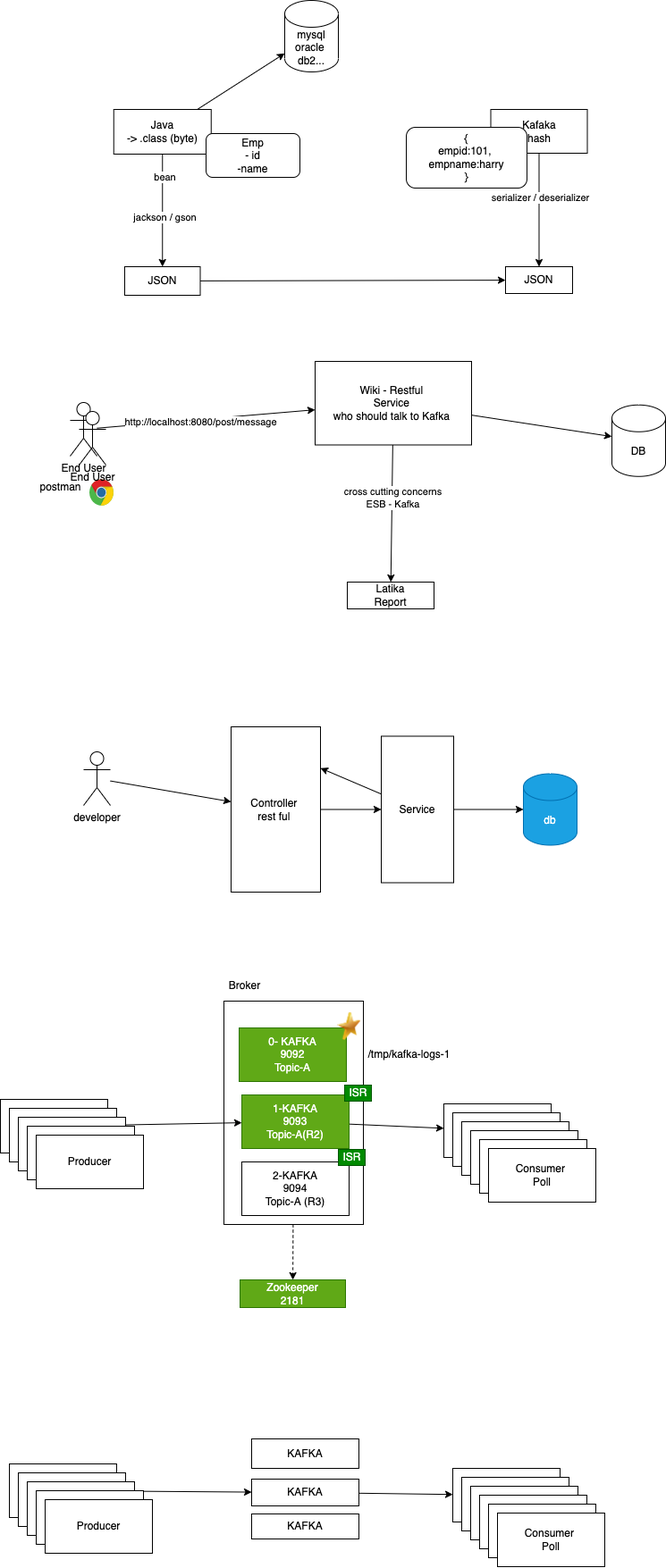
Earlier version of the draw.io export images/day3.drawio.png (adithnaveen/ibm-kafka-dec-2022). Source tidied: cells renumbered, new cells last; positions are measured from the earlier drawing's top-left corner, leaving out a move shared by most shapes. Source of this version:
```xml
<mxGraphModel>
  <root>
    <mxCell id="0" />
    <mxCell id="1" parent="0" />
    <mxCell id="2" style="edgeStyle=none;html=1;dashed=1;" parent="1" edge="1" source="3" target="52">
      <mxGeometry relative="1" as="geometry" />
    </mxCell>
    <mxCell id="3" style="rounded=0;whiteSpace=wrap;html=1;" parent="1" vertex="1">
      <mxGeometry x="250" y="1120" width="156" height="250" as="geometry" />
    </mxCell>
    <mxCell id="4" style="edgeStyle=none;html=1;" parent="1" edge="1" source="8" target="13">
      <mxGeometry relative="1" as="geometry" />
    </mxCell>
    <mxCell id="5" value="bean" style="edgeLabel;html=1;align=center;verticalAlign=middle;" parent="4" vertex="1">
      <mxGeometry x="-0.08" y="1" relative="1" as="geometry">
        <mxPoint x="1" y="-32" as="offset" />
      </mxGeometry>
    </mxCell>
    <mxCell id="6" value="jackson / gson" style="edgeLabel;html=1;align=center;verticalAlign=middle;" parent="4" vertex="1">
      <mxGeometry x="0.12" y="2" relative="1" as="geometry" />
    </mxCell>
    <mxCell id="7" style="edgeStyle=none;html=1;" parent="1" edge="1" source="8" target="17">
      <mxGeometry relative="1" as="geometry" />
    </mxCell>
    <mxCell id="8" value="Java&lt;br&gt;-&amp;gt; .class (byte)" style="rounded=0;whiteSpace=wrap;html=1;" parent="1" vertex="1">
      <mxGeometry x="126.8" y="122" width="109" height="50" as="geometry" />
    </mxCell>
    <mxCell id="9" style="edgeStyle=none;html=1;entryX=0.5;entryY=0;entryDx=0;entryDy=0;" parent="1" edge="1" source="11" target="14">
      <mxGeometry relative="1" as="geometry" />
    </mxCell>
    <mxCell id="10" value="serializer / deserializer" style="edgeLabel;html=1;align=center;verticalAlign=middle;" parent="9" vertex="1">
      <mxGeometry x="-0.21" y="1" relative="1" as="geometry" />
    </mxCell>
    <mxCell id="11" value="Kafaka&lt;br&gt;hash" style="rounded=0;whiteSpace=wrap;html=1;" parent="1" vertex="1">
      <mxGeometry x="548.5" y="122" width="108" height="49" as="geometry" />
    </mxCell>
    <mxCell id="12" style="edgeStyle=none;html=1;" parent="1" edge="1" source="13" target="14">
      <mxGeometry relative="1" as="geometry" />
    </mxCell>
    <mxCell id="13" value="JSON" style="rounded=0;whiteSpace=wrap;html=1;" parent="1" vertex="1">
      <mxGeometry x="139" y="298" width="84.5" height="32" as="geometry" />
    </mxCell>
    <mxCell id="14" value="JSON" style="rounded=0;whiteSpace=wrap;html=1;" parent="1" vertex="1">
      <mxGeometry x="565" y="298" width="75" height="30" as="geometry" />
    </mxCell>
    <mxCell id="15" value="Emp&lt;br&gt;- id&lt;br&gt;-name" style="rounded=1;whiteSpace=wrap;html=1;" parent="1" vertex="1">
      <mxGeometry x="230" y="149" width="105" height="49" as="geometry" />
    </mxCell>
    <mxCell id="16" value="{&lt;br&gt;empid:101,&amp;nbsp;&lt;br&gt;empname:harry&lt;br&gt;}" style="rounded=1;whiteSpace=wrap;html=1;" parent="1" vertex="1">
      <mxGeometry x="454" y="142" width="135" height="68" as="geometry" />
    </mxCell>
    <mxCell id="17" value="mysql&lt;br&gt;oracle&amp;nbsp;&lt;br&gt;db2..." style="shape=cylinder3;whiteSpace=wrap;html=1;boundedLbl=1;backgroundOutline=1;size=15;" parent="1" vertex="1">
      <mxGeometry x="318" width="60" height="80" as="geometry" />
    </mxCell>
    <mxCell id="18" style="edgeStyle=none;html=1;" parent="1" edge="1" source="20" target="26">
      <mxGeometry relative="1" as="geometry" />
    </mxCell>
    <mxCell id="19" value="http://localhost:8080/post/message" style="edgeLabel;html=1;align=center;verticalAlign=middle;" parent="18" vertex="1">
      <mxGeometry x="-0.33" y="-2" relative="1" as="geometry">
        <mxPoint x="34" y="-2" as="offset" />
      </mxGeometry>
    </mxCell>
    <mxCell id="20" value="End User" style="shape=umlActor;verticalLabelPosition=bottom;verticalAlign=top;html=1;outlineConnect=0;" parent="1" vertex="1">
      <mxGeometry x="78" y="450" width="30" height="60" as="geometry" />
    </mxCell>
    <mxCell id="21" style="dashed=0;html=1;align=center;labelPosition=center;verticalLabelPosition=bottom;verticalAlign=top;shape=mxgraph.weblogos.chrome;" parent="1" vertex="1">
      <mxGeometry x="99.5" y="536" width="27.2" height="30" as="geometry" />
    </mxCell>
    <mxCell id="22" value="postman" style="text;html=1;align=center;verticalAlign=middle;strokeColor=none;fillColor=none;" parent="1" vertex="1">
      <mxGeometry x="39" y="536" width="56" height="18" as="geometry" />
    </mxCell>
    <mxCell id="23" style="edgeStyle=none;html=1;" parent="1" edge="1" source="26" target="29">
      <mxGeometry relative="1" as="geometry" />
    </mxCell>
    <mxCell id="24" value="cross cutting concerns&lt;br&gt;ESB - Kafka" style="edgeLabel;html=1;align=center;verticalAlign=middle;" parent="23" vertex="1">
      <mxGeometry x="-0.24" y="1" relative="1" as="geometry" />
    </mxCell>
    <mxCell id="25" style="edgeStyle=none;html=1;" parent="1" edge="1" source="26" target="28">
      <mxGeometry relative="1" as="geometry" />
    </mxCell>
    <mxCell id="26" value="Wiki - Restful&amp;nbsp;&lt;br&gt;Service&amp;nbsp;&lt;br&gt;who should talk to Kafka&amp;nbsp;" style="rounded=0;whiteSpace=wrap;html=1;" parent="1" vertex="1">
      <mxGeometry x="352" y="404" width="175" height="93.5" as="geometry" />
    </mxCell>
    <mxCell id="27" value="End User" style="shape=umlActor;verticalLabelPosition=bottom;verticalAlign=top;html=1;" parent="1" vertex="1">
      <mxGeometry x="88" y="460" width="30" height="60" as="geometry" />
    </mxCell>
    <mxCell id="28" value="DB" style="shape=cylinder3;whiteSpace=wrap;html=1;boundedLbl=1;backgroundOutline=1;size=15;" parent="1" vertex="1">
      <mxGeometry x="684" y="452.8" width="60" height="80" as="geometry" />
    </mxCell>
    <mxCell id="29" value="Latika&lt;br&gt;Report" style="rounded=0;whiteSpace=wrap;html=1;" parent="1" vertex="1">
      <mxGeometry x="388" y="651" width="97" height="30" as="geometry" />
    </mxCell>
    <mxCell id="30" style="edgeStyle=none;html=1;" parent="1" edge="1" source="31" target="33">
      <mxGeometry relative="1" as="geometry" />
    </mxCell>
    <mxCell id="31" value="developer" style="shape=umlActor;verticalLabelPosition=bottom;verticalAlign=top;html=1;outlineConnect=0;" parent="1" vertex="1">
      <mxGeometry x="93" y="841" width="30" height="60" as="geometry" />
    </mxCell>
    <mxCell id="32" style="edgeStyle=none;html=1;" parent="1" edge="1" source="33" target="36">
      <mxGeometry relative="1" as="geometry" />
    </mxCell>
    <mxCell id="33" value="Controller&amp;nbsp;&lt;br&gt;rest ful&amp;nbsp;" style="rounded=0;whiteSpace=wrap;html=1;" parent="1" vertex="1">
      <mxGeometry x="258" y="813" width="100" height="185" as="geometry" />
    </mxCell>
    <mxCell id="34" style="edgeStyle=none;html=1;" parent="1" edge="1" source="36" target="37">
      <mxGeometry relative="1" as="geometry" />
    </mxCell>
    <mxCell id="35" style="edgeStyle=none;html=1;entryX=1;entryY=0.25;entryDx=0;entryDy=0;" parent="1" edge="1" source="36" target="33">
      <mxGeometry relative="1" as="geometry" />
    </mxCell>
    <mxCell id="36" value="Service" style="rounded=0;whiteSpace=wrap;html=1;" parent="1" vertex="1">
      <mxGeometry x="426" y="823.5" width="81" height="164" as="geometry" />
    </mxCell>
    <mxCell id="37" value="db" style="shape=cylinder3;whiteSpace=wrap;html=1;boundedLbl=1;backgroundOutline=1;size=15;fillColor=#1ba1e2;fontColor=#ffffff;strokeColor=#006EAF;" parent="1" vertex="1">
      <mxGeometry x="585" y="865.5" width="60" height="80" as="geometry" />
    </mxCell>
    <mxCell id="38" style="edgeStyle=none;html=1;" parent="1" edge="1" source="39" target="41">
      <mxGeometry relative="1" as="geometry" />
    </mxCell>
    <mxCell id="39" value="Producer" style="rounded=0;whiteSpace=wrap;html=1;" parent="1" vertex="1">
      <mxGeometry y="1230" width="120" height="60" as="geometry" />
    </mxCell>
    <mxCell id="40" style="edgeStyle=none;html=1;" parent="1" edge="1" source="41" target="42">
      <mxGeometry relative="1" as="geometry" />
    </mxCell>
    <mxCell id="41" value="1-KAFKA&lt;br&gt;9093&lt;br&gt;Topic-A(R2)" style="rounded=0;whiteSpace=wrap;html=1;fillColor=#60a917;fontColor=#ffffff;strokeColor=#2D7600;" parent="1" vertex="1">
      <mxGeometry x="270" y="1225" width="120" height="60" as="geometry" />
    </mxCell>
    <mxCell id="42" value="Consumer&amp;nbsp;&lt;br&gt;Poll" style="rounded=0;whiteSpace=wrap;html=1;" parent="1" vertex="1">
      <mxGeometry x="496" y="1235" width="120" height="60" as="geometry" />
    </mxCell>
    <mxCell id="43" value="Consumer&amp;nbsp;&lt;br&gt;Poll" style="rounded=0;whiteSpace=wrap;html=1;" parent="1" vertex="1">
      <mxGeometry x="506" y="1245" width="120" height="60" as="geometry" />
    </mxCell>
    <mxCell id="44" value="Consumer&amp;nbsp;&lt;br&gt;Poll" style="rounded=0;whiteSpace=wrap;html=1;" parent="1" vertex="1">
      <mxGeometry x="516" y="1255" width="120" height="60" as="geometry" />
    </mxCell>
    <mxCell id="45" value="Consumer&amp;nbsp;&lt;br&gt;Poll" style="rounded=0;whiteSpace=wrap;html=1;" parent="1" vertex="1">
      <mxGeometry x="526" y="1265" width="120" height="60" as="geometry" />
    </mxCell>
    <mxCell id="46" value="Consumer&amp;nbsp;&lt;br&gt;Poll" style="rounded=0;whiteSpace=wrap;html=1;" parent="1" vertex="1">
      <mxGeometry x="536" y="1275" width="120" height="60" as="geometry" />
    </mxCell>
    <mxCell id="47" value="Consumer&amp;nbsp;&lt;br&gt;Poll" style="rounded=0;whiteSpace=wrap;html=1;" parent="1" vertex="1">
      <mxGeometry x="546" y="1285" width="120" height="60" as="geometry" />
    </mxCell>
    <mxCell id="48" value="Producer" style="rounded=0;whiteSpace=wrap;html=1;" parent="1" vertex="1">
      <mxGeometry x="10" y="1240" width="120" height="60" as="geometry" />
    </mxCell>
    <mxCell id="49" value="Producer" style="rounded=0;whiteSpace=wrap;html=1;" parent="1" vertex="1">
      <mxGeometry x="20" y="1250" width="120" height="60" as="geometry" />
    </mxCell>
    <mxCell id="50" value="Producer" style="rounded=0;whiteSpace=wrap;html=1;" parent="1" vertex="1">
      <mxGeometry x="30" y="1260" width="120" height="60" as="geometry" />
    </mxCell>
    <mxCell id="51" value="Producer" style="rounded=0;whiteSpace=wrap;html=1;" parent="1" vertex="1">
      <mxGeometry x="40" y="1270" width="120" height="60" as="geometry" />
    </mxCell>
    <mxCell id="52" value="Zookeeper&lt;br&gt;2181" style="rounded=0;whiteSpace=wrap;html=1;fillColor=#60a917;fontColor=#ffffff;strokeColor=#2D7600;" parent="1" vertex="1">
      <mxGeometry x="268" y="1432" width="118" height="31" as="geometry" />
    </mxCell>
    <mxCell id="53" value="0- KAFKA&lt;br&gt;9092&lt;br&gt;Topic-A" style="rounded=0;whiteSpace=wrap;html=1;fillColor=#60a917;fontColor=#ffffff;strokeColor=#2D7600;" parent="1" vertex="1">
      <mxGeometry x="267" y="1150" width="120" height="60" as="geometry" />
    </mxCell>
    <mxCell id="54" value="2-KAFKA&lt;br&gt;9094&lt;br&gt;Topic-A (R3)" style="rounded=0;whiteSpace=wrap;html=1;" parent="1" vertex="1">
      <mxGeometry x="270" y="1300" width="120" height="60" as="geometry" />
    </mxCell>
    <mxCell id="55" style="edgeStyle=none;html=1;" parent="1" edge="1" source="56" target="58">
      <mxGeometry relative="1" as="geometry" />
    </mxCell>
    <mxCell id="56" value="Producer" style="rounded=0;whiteSpace=wrap;html=1;" parent="1" vertex="1">
      <mxGeometry x="10" y="1638" width="120" height="60" as="geometry" />
    </mxCell>
    <mxCell id="57" style="edgeStyle=none;html=1;" parent="1" edge="1" source="58" target="59">
      <mxGeometry relative="1" as="geometry" />
    </mxCell>
    <mxCell id="58" value="KAFKA" style="rounded=0;whiteSpace=wrap;html=1;" parent="1" vertex="1">
      <mxGeometry x="281" y="1655" width="120" height="30" as="geometry" />
    </mxCell>
    <mxCell id="59" value="Consumer&amp;nbsp;&lt;br&gt;Poll" style="rounded=0;whiteSpace=wrap;html=1;" parent="1" vertex="1">
      <mxGeometry x="506" y="1643" width="120" height="60" as="geometry" />
    </mxCell>
    <mxCell id="60" value="Consumer&amp;nbsp;&lt;br&gt;Poll" style="rounded=0;whiteSpace=wrap;html=1;" parent="1" vertex="1">
      <mxGeometry x="516" y="1653" width="120" height="60" as="geometry" />
    </mxCell>
    <mxCell id="61" value="Consumer&amp;nbsp;&lt;br&gt;Poll" style="rounded=0;whiteSpace=wrap;html=1;" parent="1" vertex="1">
      <mxGeometry x="526" y="1663" width="120" height="60" as="geometry" />
    </mxCell>
    <mxCell id="62" value="Consumer&amp;nbsp;&lt;br&gt;Poll" style="rounded=0;whiteSpace=wrap;html=1;" parent="1" vertex="1">
      <mxGeometry x="536" y="1673" width="120" height="60" as="geometry" />
    </mxCell>
    <mxCell id="63" value="Consumer&amp;nbsp;&lt;br&gt;Poll" style="rounded=0;whiteSpace=wrap;html=1;" parent="1" vertex="1">
      <mxGeometry x="546" y="1683" width="120" height="60" as="geometry" />
    </mxCell>
    <mxCell id="64" value="Consumer&amp;nbsp;&lt;br&gt;Poll" style="rounded=0;whiteSpace=wrap;html=1;" parent="1" vertex="1">
      <mxGeometry x="556" y="1693" width="120" height="60" as="geometry" />
    </mxCell>
    <mxCell id="65" value="Producer" style="rounded=0;whiteSpace=wrap;html=1;" parent="1" vertex="1">
      <mxGeometry x="20" y="1648" width="120" height="60" as="geometry" />
    </mxCell>
    <mxCell id="66" value="Producer" style="rounded=0;whiteSpace=wrap;html=1;" parent="1" vertex="1">
      <mxGeometry x="30" y="1658" width="120" height="60" as="geometry" />
    </mxCell>
    <mxCell id="67" value="Producer" style="rounded=0;whiteSpace=wrap;html=1;" parent="1" vertex="1">
      <mxGeometry x="40" y="1668" width="120" height="60" as="geometry" />
    </mxCell>
    <mxCell id="68" value="Producer" style="rounded=0;whiteSpace=wrap;html=1;" parent="1" vertex="1">
      <mxGeometry x="50" y="1678" width="120" height="60" as="geometry" />
    </mxCell>
    <mxCell id="69" value="KAFKA" style="rounded=0;whiteSpace=wrap;html=1;" parent="1" vertex="1">
      <mxGeometry x="281" y="1610" width="120" height="33" as="geometry" />
    </mxCell>
    <mxCell id="70" value="KAFKA" style="rounded=0;whiteSpace=wrap;html=1;" parent="1" vertex="1">
      <mxGeometry x="281" y="1694" width="120" height="28" as="geometry" />
    </mxCell>
    <mxCell id="71" style="image;html=1;image=img/lib/clip_art/general/Star_128x128.png;" parent="1" vertex="1">
      <mxGeometry x="365" y="1133" width="50" height="31" as="geometry" />
    </mxCell>
    <mxCell id="72" value="ISR" style="text;html=1;align=center;verticalAlign=middle;strokeColor=#005700;fillColor=#008a00;fontColor=#ffffff;" parent="1" vertex="1">
      <mxGeometry x="385" y="1214" width="30" height="18" as="geometry" />
    </mxCell>
    <mxCell id="73" value="ISR" style="text;html=1;align=center;verticalAlign=middle;strokeColor=#005700;fillColor=#008a00;fontColor=#ffffff;" parent="1" vertex="1">
      <mxGeometry x="378" y="1286" width="30" height="18" as="geometry" />
    </mxCell>
    <mxCell id="74" value="Broker" style="text;html=1;align=center;verticalAlign=middle;strokeColor=none;fillColor=none;" parent="1" vertex="1">
      <mxGeometry x="250" y="1094" width="45" height="18" as="geometry" />
    </mxCell>
    <mxCell id="75" value="/tmp/kafka-logs-1" style="text;html=1;align=center;verticalAlign=middle;strokeColor=none;fillColor=none;" parent="1" vertex="1">
      <mxGeometry x="406" y="1171" width="102" height="18" as="geometry" />
    </mxCell>
  </root>
</mxGraphModel>
```
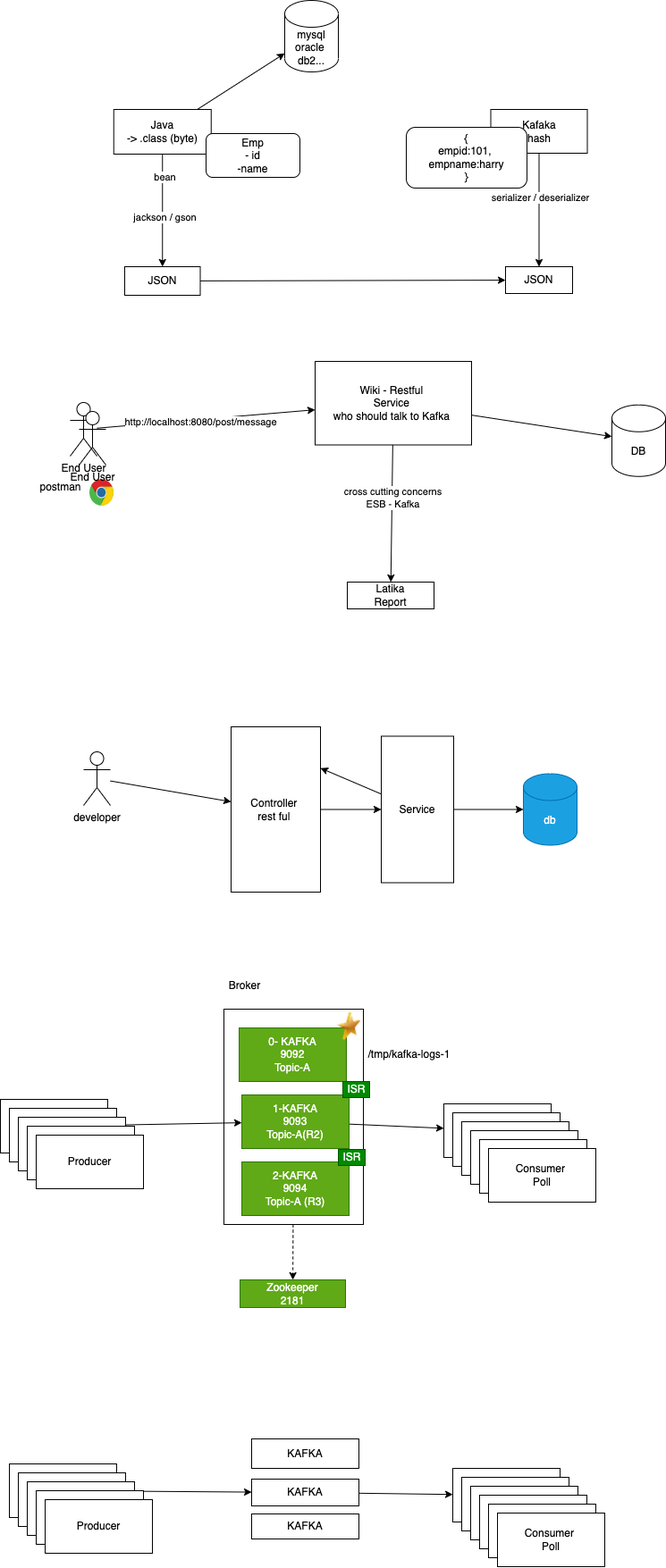
The same diagram one commit later.

What changed in the source:
```diff
@@ -6,7 +6,7 @@
       <mxGeometry relative="1" as="geometry" />
     </mxCell>
     <mxCell id="3" style="rounded=0;whiteSpace=wrap;html=1;" parent="1" vertex="1">
-      <mxGeometry x="250" y="1120" width="156" height="250" as="geometry" />
+      <mxGeometry x="250" y="1129" width="156" height="241" as="geometry" />
     </mxCell>
     <mxCell id="4" style="edgeStyle=none;html=1;" parent="1" edge="1" source="8" target="13">
       <mxGeometry relative="1" as="geometry" />
@@ -162,7 +162,7 @@
     <mxCell id="53" value="0- KAFKA&lt;br&gt;9092&lt;br&gt;Topic-A" style="rounded=0;whiteSpace=wrap;html=1;fillColor=#60a917;fontColor=#ffffff;strokeColor=#2D7600;" parent="1" vertex="1">
       <mxGeometry x="267" y="1150" width="120" height="60" as="geometry" />
     </mxCell>
-    <mxCell id="54" value="2-KAFKA&lt;br&gt;9094&lt;br&gt;Topic-A (R3)" style="rounded=0;whiteSpace=wrap;html=1;" parent="1" vertex="1">
+    <mxCell id="54" value="2-KAFKA&lt;br&gt;9094&lt;br&gt;Topic-A (R3)" style="rounded=0;whiteSpace=wrap;html=1;fillColor=#60a917;fontColor=#ffffff;strokeColor=#2D7600;" parent="1" vertex="1">
       <mxGeometry x="270" y="1300" width="120" height="60" as="geometry" />
     </mxCell>
     <mxCell id="55" style="edgeStyle=none;html=1;" parent="1" edge="1" source="56" target="58">
@@ -217,7 +217,7 @@
       <mxGeometry x="365" y="1133" width="50" height="31" as="geometry" />
     </mxCell>
     <mxCell id="72" value="ISR" style="text;html=1;align=center;verticalAlign=middle;strokeColor=#005700;fillColor=#008a00;fontColor=#ffffff;" parent="1" vertex="1">
-      <mxGeometry x="385" y="1214" width="30" height="18" as="geometry" />
+      <mxGeometry x="383" y="1210" width="30" height="18" as="geometry" />
     </mxCell>
     <mxCell id="73" value="ISR" style="text;html=1;align=center;verticalAlign=middle;strokeColor=#005700;fillColor=#008a00;fontColor=#ffffff;" parent="1" vertex="1">
       <mxGeometry x="378" y="1286" width="30" height="18" as="geometry" />
```
